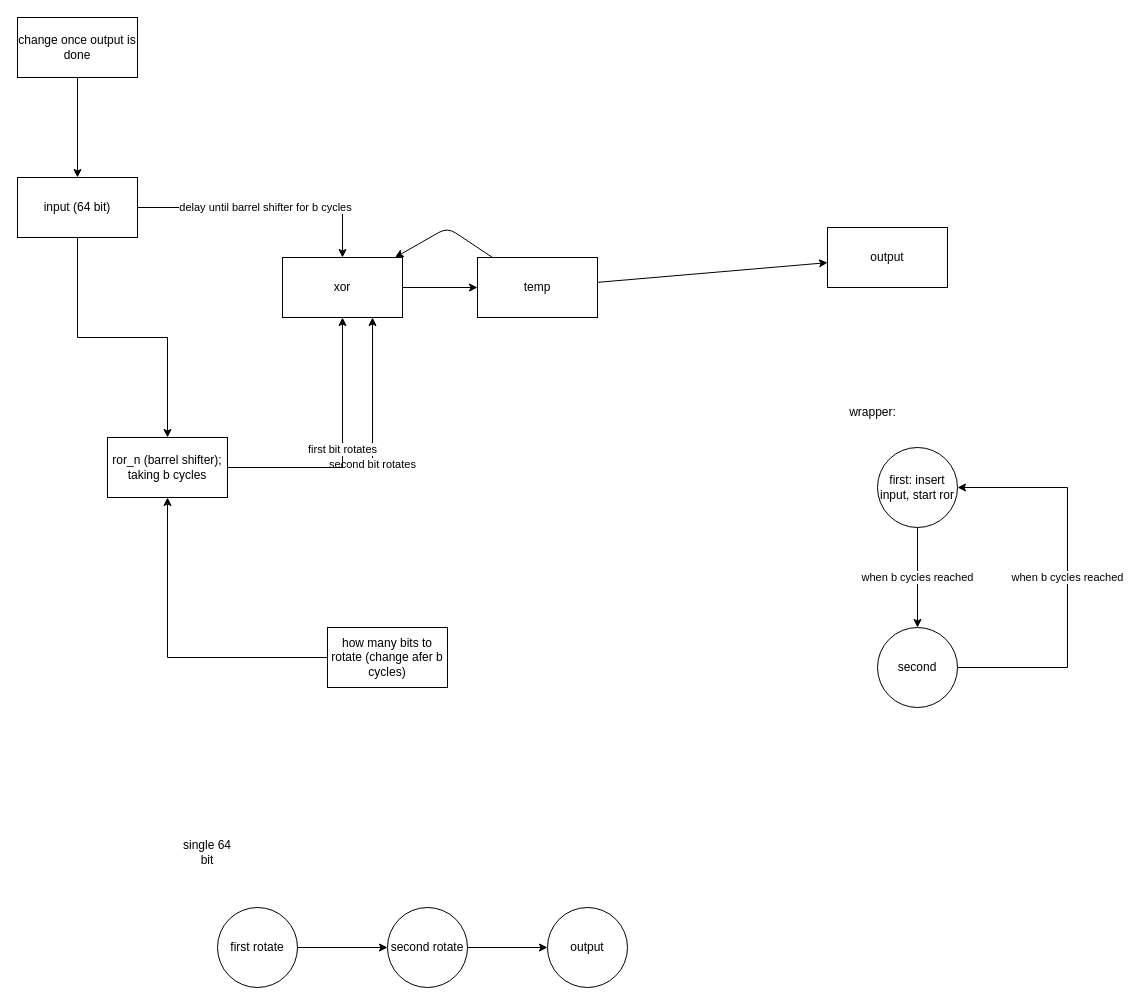
This is crypto-chip/diffusion layer.drawio from Reconfigurable-Computing-CalPoly-Pomona/RECO_LWC_IP, a draw.io file, before an edit. Source tidied: cells renumbered, new cells numbered last; positions are measured from the earlier drawing's top-left corner, leaving out a move shared by most shapes. Both pictures are drawn from the tidied source at 100%, with x=0, y=0 at pixel (17, 17).
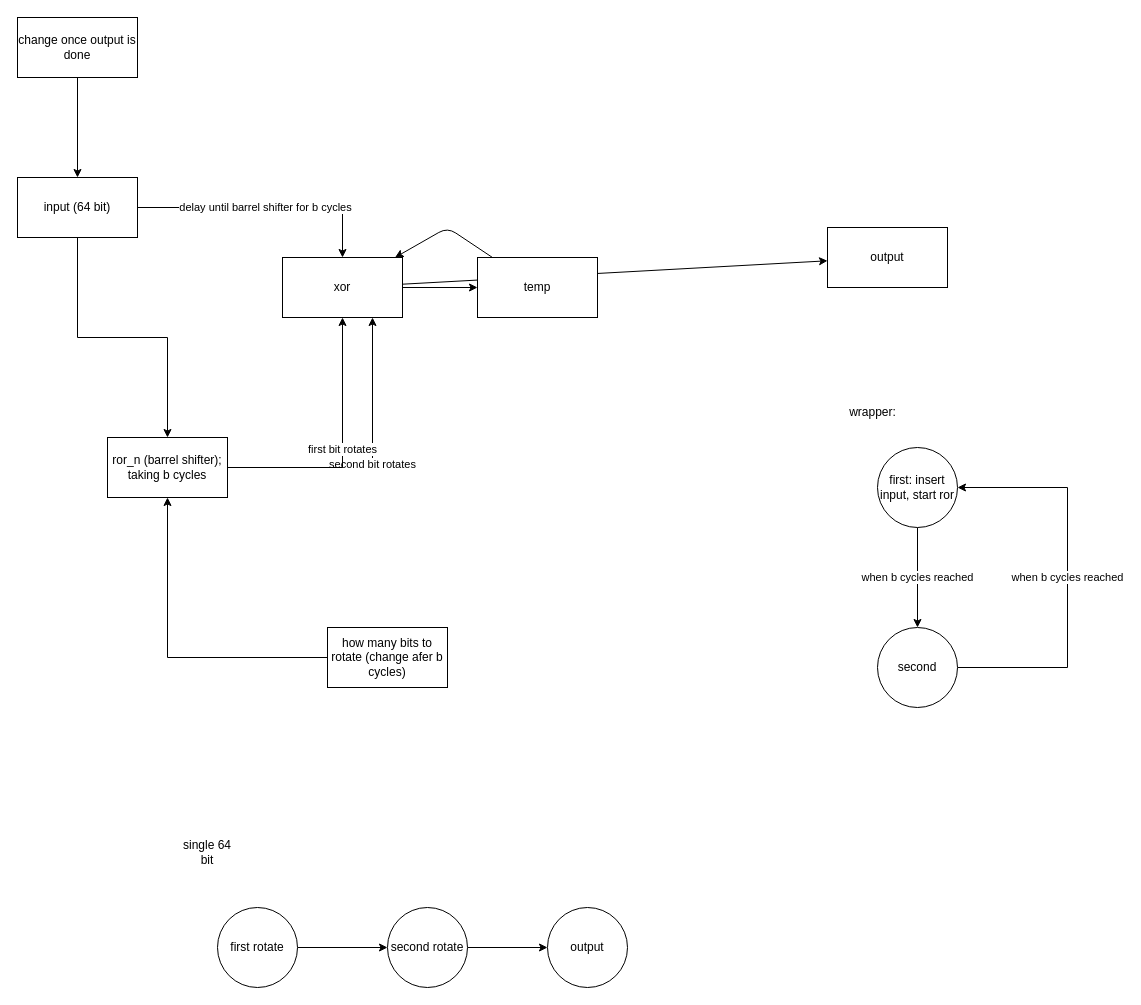
The same page after the edit.

Commit message (it also covers changes not shown here):
optimize to reduce xor used

Unchanged cells that the change refers to:
```xml
<mxCell id="6" value="xor" style="rounded=0;whiteSpace=wrap;html=1;" parent="1" vertex="1">
  <mxGeometry x="265" y="240" width="120" height="60" as="geometry" />
</mxCell>
<mxCell id="12" value="output" style="rounded=0;whiteSpace=wrap;html=1;" parent="1" vertex="1">
  <mxGeometry x="810" y="210" width="120" height="60" as="geometry" />
</mxCell>
<mxCell id="21" value="temp" style="rounded=0;whiteSpace=wrap;html=1;" parent="1" vertex="1">
  <mxGeometry x="460" y="240" width="120" height="60" as="geometry" />
</mxCell>
```

What changed in the source:
```diff
@@
+    <mxCell id="29" style="edgeStyle=none;html=1;" parent="1" edge="1" source="6" target="12">
+      <mxGeometry relative="1" as="geometry" />
+    </mxCell>
@@
-    <mxCell id="20" style="edgeStyle=none;html=1;" parent="1" edge="1" source="21" target="12">
-      <mxGeometry relative="1" as="geometry" />
-    </mxCell>
```
